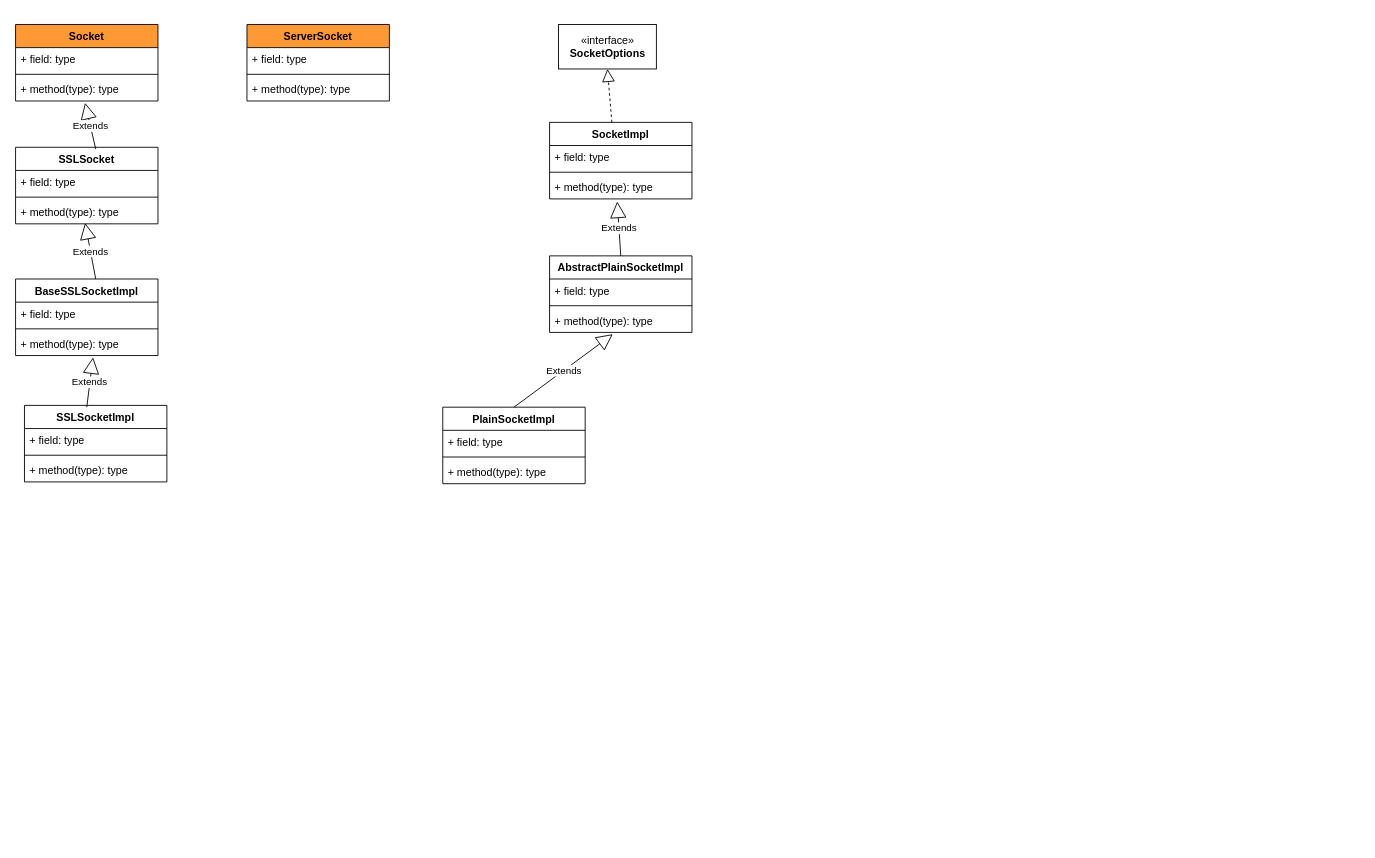
tadsimons/draw keeps this draw.io diagram as page "网络" (7 of 9) of JDK.drawio. Above is the earlier version. Source tidied: cells renumbered, new cells numbered last; positions are measured from the earlier drawing's top-left corner, leaving out a move shared by most shapes. Both pictures are drawn from the tidied source at 89%, with x=0, y=0 at pixel (15, 24).
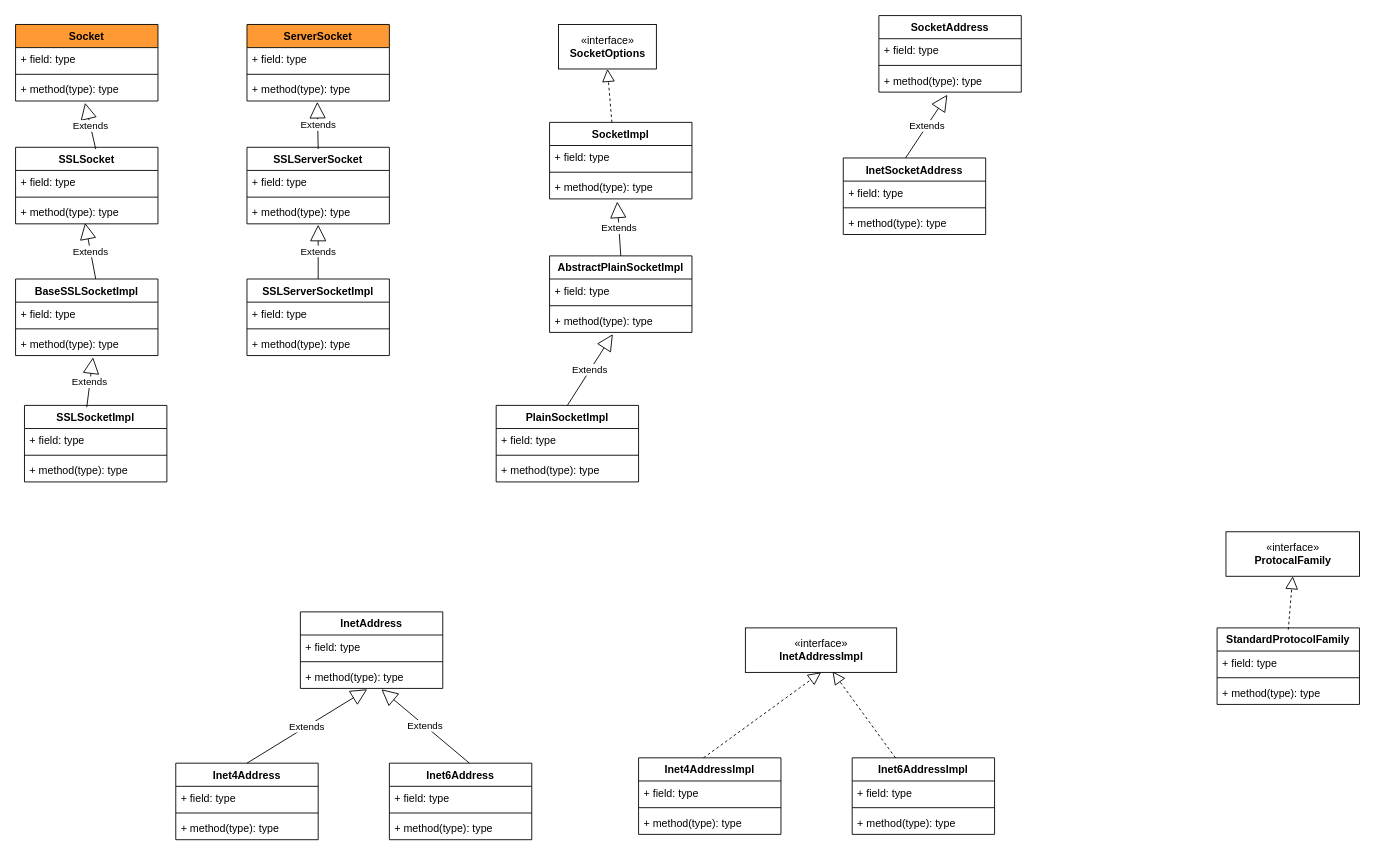
The same diagram, later.

The change refers to these unchanged cells:
```xml
<mxCell id="12" value="+ method(type): type" style="text;strokeColor=none;fillColor=none;align=left;verticalAlign=top;spacingLeft=4;spacingRight=4;overflow=hidden;points=[[0,0.5],[1,0.5]];portConstraint=eastwest;" parent="8" vertex="1">
  <mxGeometry y="60" width="160" height="26" as="geometry" />
</mxCell>
<mxCell id="40" value="+ method(type): type" style="text;strokeColor=none;fillColor=none;align=left;verticalAlign=top;spacingLeft=4;spacingRight=4;overflow=hidden;points=[[0,0.5],[1,0.5]];portConstraint=eastwest;" parent="37" vertex="1">
  <mxGeometry y="60" width="160" height="26" as="geometry" />
</mxCell>
```

Diff of the diagram source:
```diff
@@
-    <mxCell id="13" value="PlainSocketImpl" style="swimlane;fontStyle=1;align=center;verticalAlign=top;horizontal=1;startSize=26;" parent="1" vertex="1">
-      <mxGeometry x="480" y="430" width="160" height="86" as="geometry" />
-    </mxCell>
-    <mxCell id="14" value="Extends" style="endArrow=block;endSize=16;endFill=0;html=1;entryX=0.444;entryY=1.077;entryDx=0;entryDy=0;entryPerimeter=0;" parent="13" edge="1" target="12">
-      <mxGeometry relative="1" as="geometry">
-        <mxPoint x="80" as="sourcePoint" />
-      </mxGeometry>
-    </mxCell>
-    <mxCell id="15" value="+ field: type" style="text;strokeColor=none;fillColor=none;align=left;verticalAlign=top;spacingLeft=4;spacingRight=4;overflow=hidden;" parent="13" vertex="1">
-      <mxGeometry y="26" width="160" height="26" as="geometry" />
-    </mxCell>
-    <mxCell id="16" style="line;strokeWidth=1;fillColor=none;align=left;verticalAlign=middle;spacingTop=-1;spacingLeft=3;spacingRight=3;labelPosition=right;" parent="13" vertex="1">
-      <mxGeometry y="52" width="160" height="8" as="geometry" />
-    </mxCell>
-    <mxCell id="17" value="+ method(type): type" style="text;strokeColor=none;fillColor=none;align=left;verticalAlign=top;spacingLeft=4;spacingRight=4;overflow=hidden;" parent="13" vertex="1">
-      <mxGeometry y="60" width="160" height="26" as="geometry" />
-    </mxCell>
@@
+    <mxCell id="13" value="PlainSocketImpl" style="swimlane;fontStyle=1;align=center;verticalAlign=top;horizontal=1;startSize=26;" parent="1" vertex="1">
+      <mxGeometry x="540" y="428" width="160" height="86" as="geometry" />
+    </mxCell>
+    <mxCell id="14" value="Extends" style="endArrow=block;endSize=16;endFill=0;html=1;entryX=0.444;entryY=1.077;entryDx=0;entryDy=0;entryPerimeter=0;" parent="13" edge="1" target="12">
+      <mxGeometry relative="1" as="geometry">
+        <mxPoint x="80" as="sourcePoint" />
+      </mxGeometry>
+    </mxCell>
+    <mxCell id="15" value="+ field: type" style="text;strokeColor=none;fillColor=none;align=left;verticalAlign=top;spacingLeft=4;spacingRight=4;overflow=hidden;" parent="13" vertex="1">
+      <mxGeometry y="26" width="160" height="26" as="geometry" />
+    </mxCell>
+    <mxCell id="16" style="line;strokeWidth=1;fillColor=none;align=left;verticalAlign=middle;spacingTop=-1;spacingLeft=3;spacingRight=3;labelPosition=right;" parent="13" vertex="1">
+      <mxGeometry y="52" width="160" height="8" as="geometry" />
+    </mxCell>
+    <mxCell id="17" value="+ method(type): type" style="text;strokeColor=none;fillColor=none;align=left;verticalAlign=top;spacingLeft=4;spacingRight=4;overflow=hidden;" parent="13" vertex="1">
+      <mxGeometry y="60" width="160" height="26" as="geometry" />
+    </mxCell>
+    <mxCell id="41" value="SocketAddress" style="swimlane;fontStyle=1;align=center;verticalAlign=top;horizontal=1;startSize=26;fillColor=#FFFFFF;" parent="1" vertex="1">
+      <mxGeometry x="970" y="-10" width="160" height="86" as="geometry" />
+    </mxCell>
+    <mxCell id="42" value="+ field: type" style="text;strokeColor=none;fillColor=none;align=left;verticalAlign=top;spacingLeft=4;spacingRight=4;overflow=hidden;" parent="41" vertex="1">
+      <mxGeometry y="26" width="160" height="26" as="geometry" />
+    </mxCell>
+    <mxCell id="43" style="line;strokeWidth=1;fillColor=none;align=left;verticalAlign=middle;spacingTop=-1;spacingLeft=3;spacingRight=3;labelPosition=right;" parent="41" vertex="1">
+      <mxGeometry y="52" width="160" height="8" as="geometry" />
+    </mxCell>
+    <mxCell id="44" value="+ method(type): type" style="text;strokeColor=none;fillColor=none;align=left;verticalAlign=top;spacingLeft=4;spacingRight=4;overflow=hidden;points=[[0,0.5],[1,0.5]];portConstraint=eastwest;" parent="41" vertex="1">
+      <mxGeometry y="60" width="160" height="26" as="geometry" />
+    </mxCell>
+    <mxCell id="45" value="InetAddress" style="swimlane;fontStyle=1;align=center;verticalAlign=top;horizontal=1;startSize=26;fillColor=#FFFFFF;" parent="1" vertex="1">
+      <mxGeometry x="320" y="660" width="160" height="86" as="geometry" />
+    </mxCell>
+    <mxCell id="46" value="+ field: type" style="text;strokeColor=none;fillColor=none;align=left;verticalAlign=top;spacingLeft=4;spacingRight=4;overflow=hidden;" parent="45" vertex="1">
+      <mxGeometry y="26" width="160" height="26" as="geometry" />
+    </mxCell>
+    <mxCell id="47" style="line;strokeWidth=1;fillColor=none;align=left;verticalAlign=middle;spacingTop=-1;spacingLeft=3;spacingRight=3;labelPosition=right;" parent="45" vertex="1">
+      <mxGeometry y="52" width="160" height="8" as="geometry" />
+    </mxCell>
+    <mxCell id="48" value="+ method(type): type" style="text;strokeColor=none;fillColor=none;align=left;verticalAlign=top;spacingLeft=4;spacingRight=4;overflow=hidden;points=[[0,0.5],[1,0.5]];portConstraint=eastwest;" parent="45" vertex="1">
+      <mxGeometry y="60" width="160" height="26" as="geometry" />
+    </mxCell>
+    <mxCell id="49" value="SSLServerSocket" style="swimlane;fontStyle=1;align=center;verticalAlign=top;horizontal=1;startSize=26;fillColor=#FFFFFF;" parent="1" vertex="1">
+      <mxGeometry x="260" y="138" width="160" height="86" as="geometry" />
+    </mxCell>
+    <mxCell id="50" value="Extends" style="endArrow=block;endSize=16;endFill=0;html=1;entryX=0.494;entryY=1.038;entryDx=0;entryDy=0;entryPerimeter=0;" parent="49" edge="1" target="40">
+      <mxGeometry relative="1" as="geometry">
+        <mxPoint x="80" y="2" as="sourcePoint" />
+      </mxGeometry>
+    </mxCell>
+    <mxCell id="51" value="+ field: type" style="text;strokeColor=none;fillColor=none;align=left;verticalAlign=top;spacingLeft=4;spacingRight=4;overflow=hidden;" parent="49" vertex="1">
+      <mxGeometry y="26" width="160" height="26" as="geometry" />
+    </mxCell>
+    <mxCell id="52" style="line;strokeWidth=1;fillColor=none;align=left;verticalAlign=middle;spacingTop=-1;spacingLeft=3;spacingRight=3;labelPosition=right;" parent="49" vertex="1">
+      <mxGeometry y="52" width="160" height="8" as="geometry" />
+    </mxCell>
+    <mxCell id="53" value="+ method(type): type" style="text;strokeColor=none;fillColor=none;align=left;verticalAlign=top;spacingLeft=4;spacingRight=4;overflow=hidden;points=[[0,0.5],[1,0.5]];portConstraint=eastwest;" parent="49" vertex="1">
+      <mxGeometry y="60" width="160" height="26" as="geometry" />
+    </mxCell>
+    <mxCell id="54" value="Inet4Address" style="swimlane;fontStyle=1;align=center;verticalAlign=top;horizontal=1;startSize=26;fillColor=#FFFFFF;" parent="1" vertex="1">
+      <mxGeometry x="180" y="830" width="160" height="86" as="geometry" />
+    </mxCell>
+    <mxCell id="55" value="Extends" style="endArrow=block;endSize=16;endFill=0;html=1;entryX=0.469;entryY=1.038;entryDx=0;entryDy=0;entryPerimeter=0;" parent="54" edge="1" target="48">
+      <mxGeometry relative="1" as="geometry">
+        <mxPoint x="80" as="sourcePoint" />
+      </mxGeometry>
+    </mxCell>
+    <mxCell id="56" value="+ field: type" style="text;strokeColor=none;fillColor=none;align=left;verticalAlign=top;spacingLeft=4;spacingRight=4;overflow=hidden;" parent="54" vertex="1">
+      <mxGeometry y="26" width="160" height="26" as="geometry" />
+    </mxCell>
+    <mxCell id="57" style="line;strokeWidth=1;fillColor=none;align=left;verticalAlign=middle;spacingTop=-1;spacingLeft=3;spacingRight=3;labelPosition=right;" parent="54" vertex="1">
+      <mxGeometry y="52" width="160" height="8" as="geometry" />
+    </mxCell>
+    <mxCell id="58" value="+ method(type): type" style="text;strokeColor=none;fillColor=none;align=left;verticalAlign=top;spacingLeft=4;spacingRight=4;overflow=hidden;" parent="54" vertex="1">
+      <mxGeometry y="60" width="160" height="26" as="geometry" />
+    </mxCell>
+    <mxCell id="59" value="Inet6Address" style="swimlane;fontStyle=1;align=center;verticalAlign=top;horizontal=1;startSize=26;fillColor=#FFFFFF;" parent="1" vertex="1">
+      <mxGeometry x="420" y="830" width="160" height="86" as="geometry" />
+    </mxCell>
+    <mxCell id="60" value="Extends" style="endArrow=block;endSize=16;endFill=0;html=1;entryX=0.569;entryY=1.038;entryDx=0;entryDy=0;entryPerimeter=0;" parent="59" edge="1" target="48">
+      <mxGeometry relative="1" as="geometry">
+        <mxPoint x="90" as="sourcePoint" />
+      </mxGeometry>
+    </mxCell>
+    <mxCell id="61" value="+ field: type" style="text;strokeColor=none;fillColor=none;align=left;verticalAlign=top;spacingLeft=4;spacingRight=4;overflow=hidden;" parent="59" vertex="1">
+      <mxGeometry y="26" width="160" height="26" as="geometry" />
+    </mxCell>
+    <mxCell id="62" style="line;strokeWidth=1;fillColor=none;align=left;verticalAlign=middle;spacingTop=-1;spacingLeft=3;spacingRight=3;labelPosition=right;" parent="59" vertex="1">
+      <mxGeometry y="52" width="160" height="8" as="geometry" />
+    </mxCell>
+    <mxCell id="63" value="+ method(type): type" style="text;strokeColor=none;fillColor=none;align=left;verticalAlign=top;spacingLeft=4;spacingRight=4;overflow=hidden;" parent="59" vertex="1">
+      <mxGeometry y="60" width="160" height="26" as="geometry" />
+    </mxCell>
+    <mxCell id="64" value="SSLServerSocketImpl" style="swimlane;fontStyle=1;align=center;verticalAlign=top;horizontal=1;startSize=26;fillColor=#FFFFFF;" parent="1" vertex="1">
+      <mxGeometry x="260" y="286" width="160" height="86" as="geometry" />
+    </mxCell>
+    <mxCell id="65" value="+ field: type" style="text;strokeColor=none;fillColor=none;align=left;verticalAlign=top;spacingLeft=4;spacingRight=4;overflow=hidden;" parent="64" vertex="1">
+      <mxGeometry y="26" width="160" height="26" as="geometry" />
+    </mxCell>
+    <mxCell id="66" style="line;strokeWidth=1;fillColor=none;align=left;verticalAlign=middle;spacingTop=-1;spacingLeft=3;spacingRight=3;labelPosition=right;" parent="64" vertex="1">
+      <mxGeometry y="52" width="160" height="8" as="geometry" />
+    </mxCell>
+    <mxCell id="67" value="+ method(type): type" style="text;strokeColor=none;fillColor=none;align=left;verticalAlign=top;spacingLeft=4;spacingRight=4;overflow=hidden;" parent="64" vertex="1">
+      <mxGeometry y="60" width="160" height="26" as="geometry" />
+    </mxCell>
+    <mxCell id="68" value="Extends" style="endArrow=block;endSize=16;endFill=0;html=1;exitX=0.5;exitY=0;exitDx=0;exitDy=0;entryX=0.5;entryY=1.038;entryDx=0;entryDy=0;entryPerimeter=0;" parent="1" edge="1" source="64" target="53">
+      <mxGeometry relative="1" as="geometry" />
+    </mxCell>
+    <mxCell id="69" value="InetSocketAddress" style="swimlane;fontStyle=1;align=center;verticalAlign=top;horizontal=1;startSize=26;fillColor=#FFFFFF;" parent="1" vertex="1">
+      <mxGeometry x="930" y="150" width="160" height="86" as="geometry" />
+    </mxCell>
+    <mxCell id="70" value="Extends" style="endArrow=block;endSize=16;endFill=0;html=1;entryX=0.481;entryY=1.115;entryDx=0;entryDy=0;entryPerimeter=0;" parent="69" edge="1" target="44">
+      <mxGeometry relative="1" as="geometry">
+        <mxPoint x="70" as="sourcePoint" />
+      </mxGeometry>
+    </mxCell>
+    <mxCell id="71" value="+ field: type" style="text;strokeColor=none;fillColor=none;align=left;verticalAlign=top;spacingLeft=4;spacingRight=4;overflow=hidden;" parent="69" vertex="1">
+      <mxGeometry y="26" width="160" height="26" as="geometry" />
+    </mxCell>
+    <mxCell id="72" style="line;strokeWidth=1;fillColor=none;align=left;verticalAlign=middle;spacingTop=-1;spacingLeft=3;spacingRight=3;labelPosition=right;" parent="69" vertex="1">
+      <mxGeometry y="52" width="160" height="8" as="geometry" />
+    </mxCell>
+    <mxCell id="73" value="+ method(type): type" style="text;strokeColor=none;fillColor=none;align=left;verticalAlign=top;spacingLeft=4;spacingRight=4;overflow=hidden;" parent="69" vertex="1">
+      <mxGeometry y="60" width="160" height="26" as="geometry" />
+    </mxCell>
+    <mxCell id="74" value="«interface»&lt;br&gt;&lt;b&gt;InetAddressImpl&lt;/b&gt;" style="html=1;fillColor=#FFFFFF;" parent="1" vertex="1">
+      <mxGeometry x="820" y="678" width="170" height="50" as="geometry" />
+    </mxCell>
+    <mxCell id="75" value="Inet4AddressImpl" style="swimlane;fontStyle=1;align=center;verticalAlign=top;horizontal=1;startSize=26;fillColor=#FFFFFF;" parent="1" vertex="1">
+      <mxGeometry x="700" y="824" width="160" height="86" as="geometry" />
+    </mxCell>
+    <mxCell id="76" value="+ field: type" style="text;strokeColor=none;fillColor=none;align=left;verticalAlign=top;spacingLeft=4;spacingRight=4;overflow=hidden;" parent="75" vertex="1">
+      <mxGeometry y="26" width="160" height="26" as="geometry" />
+    </mxCell>
+    <mxCell id="77" style="line;strokeWidth=1;fillColor=none;align=left;verticalAlign=middle;spacingTop=-1;spacingLeft=3;spacingRight=3;labelPosition=right;" parent="75" vertex="1">
+      <mxGeometry y="52" width="160" height="8" as="geometry" />
+    </mxCell>
+    <mxCell id="78" value="+ method(type): type" style="text;strokeColor=none;fillColor=none;align=left;verticalAlign=top;spacingLeft=4;spacingRight=4;overflow=hidden;" parent="75" vertex="1">
+      <mxGeometry y="60" width="160" height="26" as="geometry" />
+    </mxCell>
+    <mxCell id="79" value="Inet6AddressImpl" style="swimlane;fontStyle=1;align=center;verticalAlign=top;horizontal=1;startSize=26;fillColor=#FFFFFF;" parent="1" vertex="1">
+      <mxGeometry x="940" y="824" width="160" height="86" as="geometry" />
+    </mxCell>
+    <mxCell id="80" value="+ field: type" style="text;strokeColor=none;fillColor=none;align=left;verticalAlign=top;spacingLeft=4;spacingRight=4;overflow=hidden;" parent="79" vertex="1">
+      <mxGeometry y="26" width="160" height="26" as="geometry" />
+    </mxCell>
+    <mxCell id="81" style="line;strokeWidth=1;fillColor=none;align=left;verticalAlign=middle;spacingTop=-1;spacingLeft=3;spacingRight=3;labelPosition=right;" parent="79" vertex="1">
+      <mxGeometry y="52" width="160" height="8" as="geometry" />
+    </mxCell>
+    <mxCell id="82" value="+ method(type): type" style="text;strokeColor=none;fillColor=none;align=left;verticalAlign=top;spacingLeft=4;spacingRight=4;overflow=hidden;" parent="79" vertex="1">
+      <mxGeometry y="60" width="160" height="26" as="geometry" />
+    </mxCell>
+    <mxCell id="83" style="endArrow=block;dashed=1;endFill=0;endSize=12;html=1;entryX=0.5;entryY=1;entryDx=0;entryDy=0;exitX=0.456;exitY=0;exitDx=0;exitDy=0;exitPerimeter=0;" parent="1" edge="1" source="75" target="74">
+      <mxGeometry relative="1" as="geometry" />
+    </mxCell>
+    <mxCell id="84" style="endArrow=block;dashed=1;endFill=0;endSize=12;html=1;entryX=0.576;entryY=0.98;entryDx=0;entryDy=0;entryPerimeter=0;" parent="1" edge="1" source="79" target="74">
+      <mxGeometry relative="1" as="geometry" />
+    </mxCell>
+    <mxCell id="85" value="«interface»&lt;br&gt;&lt;b&gt;ProtocalFamily&lt;/b&gt;" style="html=1;fillColor=#FFFFFF;" parent="1" vertex="1">
+      <mxGeometry x="1360" y="570" width="150" height="50" as="geometry" />
+    </mxCell>
+    <mxCell id="86" value="StandardProtocolFamily" style="swimlane;fontStyle=1;align=center;verticalAlign=top;horizontal=1;startSize=26;fillColor=#FFFFFF;" parent="1" vertex="1">
+      <mxGeometry x="1350" y="678" width="160" height="86" as="geometry" />
+    </mxCell>
+    <mxCell id="87" style="endArrow=block;dashed=1;endFill=0;endSize=12;html=1;entryX=0.5;entryY=1;entryDx=0;entryDy=0;" parent="86" edge="1" target="85">
+      <mxGeometry relative="1" as="geometry">
+        <mxPoint x="80" y="2" as="sourcePoint" />
+      </mxGeometry>
+    </mxCell>
+    <mxCell id="88" value="+ field: type" style="text;strokeColor=none;fillColor=none;align=left;verticalAlign=top;spacingLeft=4;spacingRight=4;overflow=hidden;" parent="86" vertex="1">
+      <mxGeometry y="26" width="160" height="26" as="geometry" />
+    </mxCell>
+    <mxCell id="89" style="line;strokeWidth=1;fillColor=none;align=left;verticalAlign=middle;spacingTop=-1;spacingLeft=3;spacingRight=3;labelPosition=right;" parent="86" vertex="1">
+      <mxGeometry y="52" width="160" height="8" as="geometry" />
+    </mxCell>
+    <mxCell id="90" value="+ method(type): type" style="text;strokeColor=none;fillColor=none;align=left;verticalAlign=top;spacingLeft=4;spacingRight=4;overflow=hidden;" parent="86" vertex="1">
+      <mxGeometry y="60" width="160" height="26" as="geometry" />
+    </mxCell>
```
